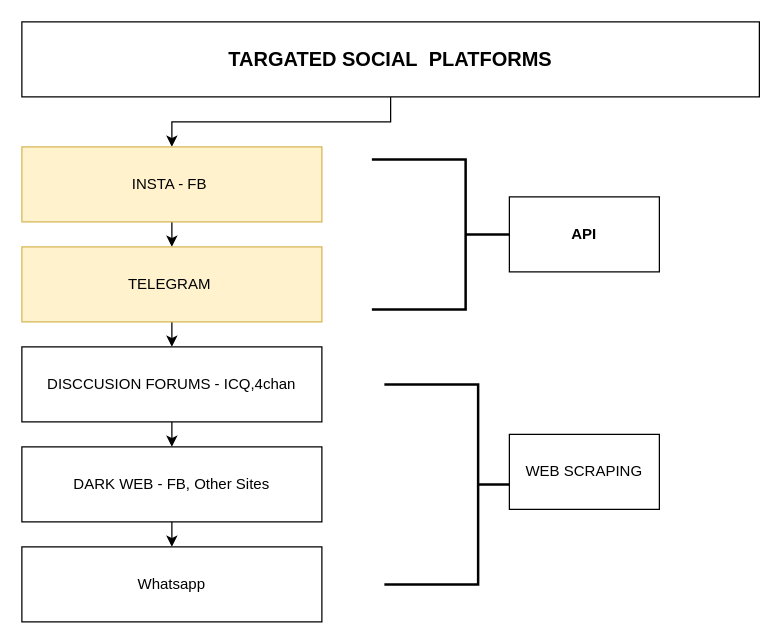
Before: page "S_TARGETED" (1 of 5) of Untitled Diagram.drawio in gamingflexer/flutter-beginners-tutorial, a draw.io diagram. Source tidied: cells renumbered, new cells numbered last; positions are measured from the earlier drawing's top-left corner, leaving out a move shared by most shapes. Both pictures are drawn from the tidied source at 125%, with x=0, y=0 at pixel (21, 21).
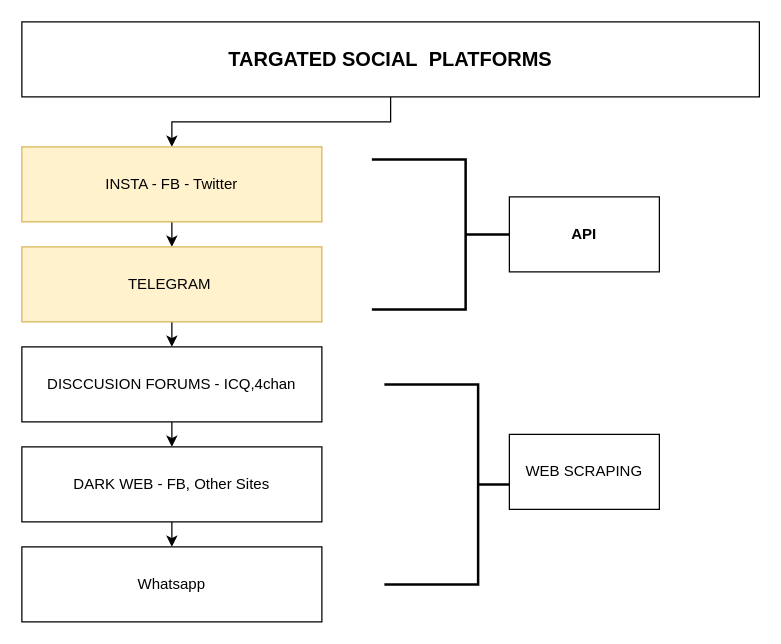
The same page after the edit.

The edit, as a diff of the source:
```diff
@@
 <mxGraphModel>
   <root>
     <mxCell id="0" />
     <mxCell id="1" parent="0" />
     <mxCell id="2" style="edgeStyle=orthogonalEdgeStyle;rounded=0;jettySize=auto;html=1;exitX=0.5;exitY=1;exitDx=0;exitDy=0;entryX=0.5;entryY=0;entryDx=0;entryDy=0;" parent="1" edge="1" source="3" target="5">
       <mxGeometry relative="1" as="geometry" />
     </mxCell>
     <mxCell id="3" value="&lt;b&gt;&lt;font style=&quot;font-size: 16px&quot;&gt;TARGATED SOCIAL&amp;nbsp; PLATFORMS&lt;/font&gt;&lt;/b&gt;" style="rounded=0;whiteSpace=wrap;html=1;" parent="1" vertex="1">
       <mxGeometry width="590" height="60" as="geometry" />
     </mxCell>
     <mxCell id="4" style="edgeStyle=orthogonalEdgeStyle;rounded=0;jettySize=auto;html=1;exitX=0.5;exitY=1;exitDx=0;exitDy=0;entryX=0.5;entryY=0;entryDx=0;entryDy=0;" parent="1" edge="1" source="5" target="7">
       <mxGeometry relative="1" as="geometry" />
     </mxCell>
-    <mxCell id="5" value="INSTA - FB&amp;nbsp;" style="rounded=0;whiteSpace=wrap;html=1;fillColor=#fff2cc;strokeColor=#d6b656;" parent="1" vertex="1">
+    <mxCell id="5" value="INSTA - FB - Twitter" style="rounded=0;whiteSpace=wrap;html=1;fillColor=#fff2cc;strokeColor=#d6b656;" parent="1" vertex="1">
       <mxGeometry y="100" width="240" height="60" as="geometry" />
     </mxCell>
     <mxCell id="6" style="edgeStyle=orthogonalEdgeStyle;rounded=0;jettySize=auto;html=1;exitX=0.5;exitY=1;exitDx=0;exitDy=0;entryX=0.5;entryY=0;entryDx=0;entryDy=0;" parent="1" edge="1" source="7" target="9">
       <mxGeometry relative="1" as="geometry" />
     </mxCell>
     <mxCell id="7" value="TELEGRAM&amp;nbsp;" style="rounded=0;whiteSpace=wrap;html=1;fillColor=#fff2cc;strokeColor=#d6b656;" parent="1" vertex="1">
       <mxGeometry y="180" width="240" height="60" as="geometry" />
     </mxCell>
     <mxCell id="8" style="edgeStyle=orthogonalEdgeStyle;rounded=0;jettySize=auto;html=1;exitX=0.5;exitY=1;exitDx=0;exitDy=0;entryX=0.5;entryY=0;entryDx=0;entryDy=0;" parent="1" edge="1" source="9" target="11">
       <mxGeometry relative="1" as="geometry" />
     </mxCell>
     <mxCell id="9" value="DISCCUSION FORUMS - ICQ,4chan" style="rounded=0;whiteSpace=wrap;html=1;" parent="1" vertex="1">
       <mxGeometry y="260" width="240" height="60" as="geometry" />
     </mxCell>
     <mxCell id="10" style="edgeStyle=orthogonalEdgeStyle;rounded=0;jettySize=auto;html=1;exitX=0.5;exitY=1;exitDx=0;exitDy=0;entryX=0.5;entryY=0;entryDx=0;entryDy=0;" parent="1" edge="1" source="11" target="12">
       <mxGeometry relative="1" as="geometry" />
     </mxCell>
     <mxCell id="11" value="DARK WEB - FB, Other Sites" style="rounded=0;whiteSpace=wrap;html=1;" parent="1" vertex="1">
       <mxGeometry y="340" width="240" height="60" as="geometry" />
     </mxCell>
     <mxCell id="12" value="Whatsapp" style="rounded=0;whiteSpace=wrap;html=1;" parent="1" vertex="1">
       <mxGeometry y="420" width="240" height="60" as="geometry" />
     </mxCell>
     <mxCell id="13" style="strokeWidth=2;html=1;shape=mxgraph.flowchart.annotation_2;align=left;labelPosition=right;gradientColor=none;direction=west;" parent="1" vertex="1">
       <mxGeometry x="290" y="290" width="150" height="160" as="geometry" />
     </mxCell>
     <mxCell id="14" style="strokeWidth=2;html=1;shape=mxgraph.flowchart.annotation_2;align=left;labelPosition=right;gradientColor=none;direction=west;" parent="1" vertex="1">
       <mxGeometry x="280" y="110" width="150" height="120" as="geometry" />
     </mxCell>
     <mxCell id="15" value="&lt;b&gt;API&lt;/b&gt;" style="whiteSpace=wrap;html=1;gradientColor=none;" parent="1" vertex="1">
       <mxGeometry x="390" y="140" width="120" height="60" as="geometry" />
     </mxCell>
     <mxCell id="16" value="WEB SCRAPING" style="whiteSpace=wrap;html=1;gradientColor=none;" parent="1" vertex="1">
       <mxGeometry x="390" y="330" width="120" height="60" as="geometry" />
     </mxCell>
   </root>
 </mxGraphModel>
```
